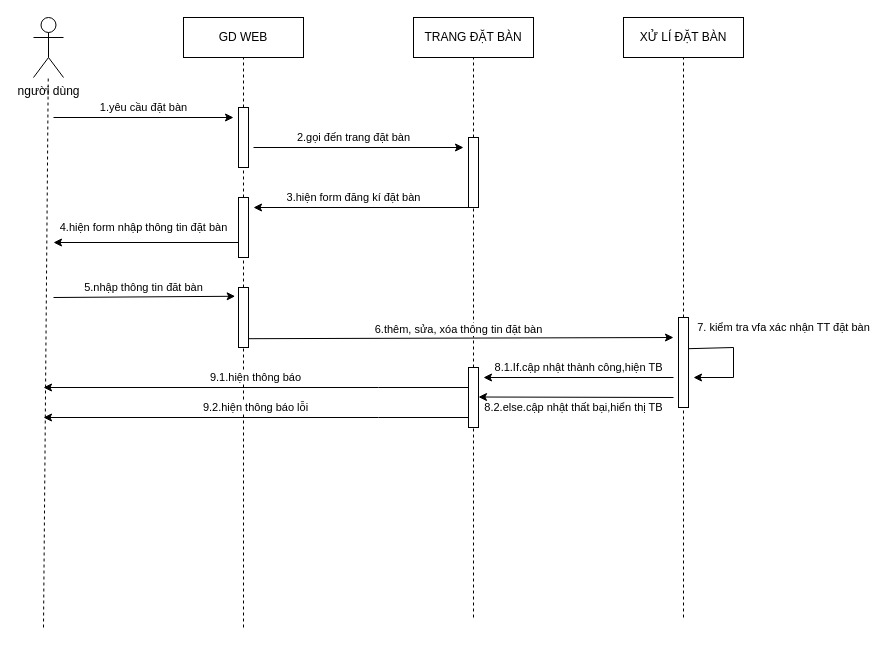
The draw.io diagram page "giỏ hàng" (2 of 8) of sequnece.drawio in trucka312/diagram, before the edit. Source tidied: cells renumbered, new cells numbered last; positions are measured from the earlier drawing's top-left corner, leaving out a move shared by most shapes. Both pictures are drawn from the tidied source at 100%, with x=0, y=0 at pixel (33, 17).
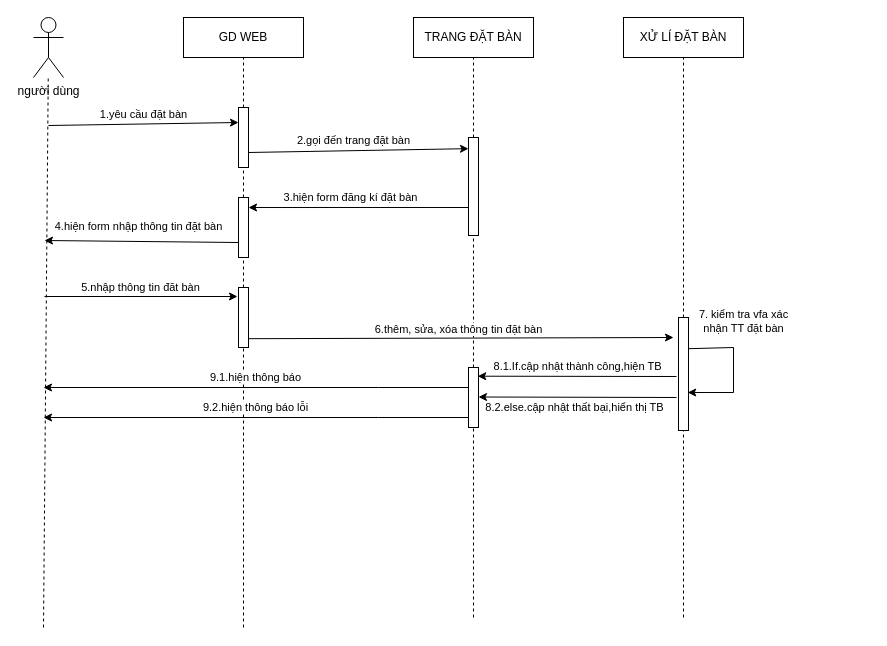
The same diagram, later.

The change refers to these unchanged cells:
```xml
<mxCell id="9" style="rounded=0;whiteSpace=wrap;html=1;" parent="1" vertex="1">
  <mxGeometry x="205" y="90" width="10" height="60" as="geometry" />
</mxCell>
<mxCell id="15" style="rounded=0;whiteSpace=wrap;html=1;" parent="1" vertex="1">
  <mxGeometry x="205" y="180" width="10" height="60" as="geometry" />
</mxCell>
<mxCell id="20" style="rounded=0;whiteSpace=wrap;html=1;" parent="1" vertex="1">
  <mxGeometry x="205" y="270" width="10" height="60" as="geometry" />
</mxCell>
<mxCell id="28" style="rounded=0;whiteSpace=wrap;html=1;" parent="1" vertex="1">
  <mxGeometry x="435" y="350" width="10" height="60" as="geometry" />
</mxCell>
```

The edit, as a diff of the source:
```diff
@@
-    <mxCell id="8" value="1.yêu cầu đặt bàn" style="endArrow=classic;html=1;rounded=0;" parent="1" edge="1">
+    <mxCell id="8" value="1.yêu cầu đặt bàn" style="endArrow=classic;html=1;rounded=0;entryX=0;entryY=0.25;entryDx=0;entryDy=0;" parent="1" edge="1" target="9">
       <mxGeometry y="10" relative="1" as="geometry">
-        <mxPoint x="20" y="100" as="sourcePoint" />
-        <mxPoint x="200" y="100" as="targetPoint" />
+        <mxPoint x="15" y="108" as="sourcePoint" />
       </mxGeometry>
     </mxCell>
@@
-    <mxCell id="11" value="2.gọi đến trang đặt bàn" style="endArrow=classic;html=1;rounded=0;" parent="1" edge="1">
-      <mxGeometry x="-0.05" y="10" relative="1" as="geometry">
-        <mxPoint x="220" y="130" as="sourcePoint" />
-        <mxPoint x="430" y="130" as="targetPoint" />
-      </mxGeometry>
+    <mxCell id="11" value="2.gọi đến trang đặt bàn" style="endArrow=classic;html=1;rounded=0;entryX=0;entryY=0.114;entryDx=0;entryDy=0;entryPerimeter=0;exitX=1;exitY=0.75;exitDx=0;exitDy=0;" parent="1" edge="1" source="9" target="12">
+      <mxGeometry x="-0.05" y="10" relative="1" as="geometry" />
     </mxCell>
     <mxCell id="12" style="rounded=0;whiteSpace=wrap;html=1;" parent="1" vertex="1">
-      <mxGeometry x="435" y="120" width="10" height="70" as="geometry" />
+      <mxGeometry x="435" y="120" width="10" height="98" as="geometry" />
     </mxCell>
@@
-    <mxCell id="14" value="3.hiện form đăng kí đặt bàn" style="endArrow=classic;html=1;rounded=0;" parent="1" edge="1">
+    <mxCell id="14" value="3.hiện form đăng kí đặt bàn" style="endArrow=classic;html=1;rounded=0;entryX=1;entryY=0.167;entryDx=0;entryDy=0;entryPerimeter=0;" parent="1" edge="1" target="15">
       <mxGeometry x="0.07" y="-10" relative="1" as="geometry">
         <mxPoint x="435" y="190" as="sourcePoint" />
-        <mxPoint x="220" y="190" as="targetPoint" />
       </mxGeometry>
     </mxCell>
@@
     <mxCell id="17" value="4.hiện form nhập thông tin đặt bàn" style="endArrow=classic;html=1;rounded=0;exitX=0;exitY=0.75;exitDx=0;exitDy=0;" parent="1" edge="1" source="15">
       <mxGeometry x="0.03" y="-15" relative="1" as="geometry">
-        <mxPoint x="20" y="225" as="targetPoint" />
+        <mxPoint x="11" y="223" as="targetPoint" />
       </mxGeometry>
     </mxCell>
@@
-    <mxCell id="19" value="5.nhập thông tin đăt bàn" style="endArrow=classic;html=1;rounded=0;entryX=-0.333;entryY=0.146;entryDx=0;entryDy=0;entryPerimeter=0;" parent="1" edge="1" target="20">
+    <mxCell id="19" value="5.nhập thông tin đăt bàn" style="endArrow=classic;html=1;rounded=0;" parent="1" edge="1">
       <mxGeometry x="-0.01" y="9" relative="1" as="geometry">
-        <mxPoint x="20" y="280" as="sourcePoint" />
+        <mxPoint x="11" y="279" as="sourcePoint" />
+        <mxPoint x="204" y="279" as="targetPoint" />
       </mxGeometry>
     </mxCell>
@@
     <mxCell id="24" style="rounded=0;whiteSpace=wrap;html=1;" parent="1" vertex="1">
-      <mxGeometry x="645" y="300" width="10" height="90" as="geometry" />
+      <mxGeometry x="645" y="300" width="10" height="113" as="geometry" />
     </mxCell>
@@
-    <mxCell id="26" value="7. kiểm tra vfa xác nhận TT đặt bàn" style="endArrow=classic;html=1;rounded=0;" parent="1" edge="1">
-      <mxGeometry x="-0.22" y="54" relative="1" as="geometry">
+    <mxCell id="26" value="7. kiểm tra vfa xác &lt;br&gt;nhận TT đặt bàn" style="endArrow=classic;html=1;rounded=0;entryX=0.923;entryY=0.664;entryDx=0;entryDy=0;entryPerimeter=0;" parent="1" edge="1" target="24">
+      <mxGeometry x="-0.34" y="28" relative="1" as="geometry">
         <mxPoint x="655" y="331.2" as="sourcePoint" />
-        <mxPoint x="660" y="360" as="targetPoint" />
         <Array as="points">
           <mxPoint x="700" y="330" />
-          <mxPoint x="700" y="360" />
+          <mxPoint x="700" y="375" />
         </Array>
-        <mxPoint x="-4" y="-20" as="offset" />
+        <mxPoint x="-18" y="-26" as="offset" />
       </mxGeometry>
     </mxCell>
-    <mxCell id="27" value="8.1.If.cập nhật thành công,hiện TB" style="endArrow=classic;html=1;rounded=0;" parent="1" edge="1">
+    <mxCell id="27" value="8.1.If.cập nhật thành công,hiện TB" style="endArrow=classic;html=1;rounded=0;entryX=0.923;entryY=0.145;entryDx=0;entryDy=0;entryPerimeter=0;" parent="1" edge="1" target="28">
       <mxGeometry y="-10" relative="1" as="geometry">
-        <mxPoint x="640" y="360" as="sourcePoint" />
-        <mxPoint x="450" y="360" as="targetPoint" />
+        <mxPoint x="643" y="359" as="sourcePoint" />
       </mxGeometry>
     </mxCell>
@@
     <mxCell id="30" value="8.2.else.cập nhật thất bại,hiển thị TB" style="endArrow=classic;html=1;rounded=0;" parent="1" edge="1">
       <mxGeometry x="0.03" y="10" relative="1" as="geometry">
-        <mxPoint x="640" y="380" as="sourcePoint" />
+        <mxPoint x="643" y="380" as="sourcePoint" />
         <mxPoint x="445" y="379.5" as="targetPoint" />
       </mxGeometry>
     </mxCell>
```
